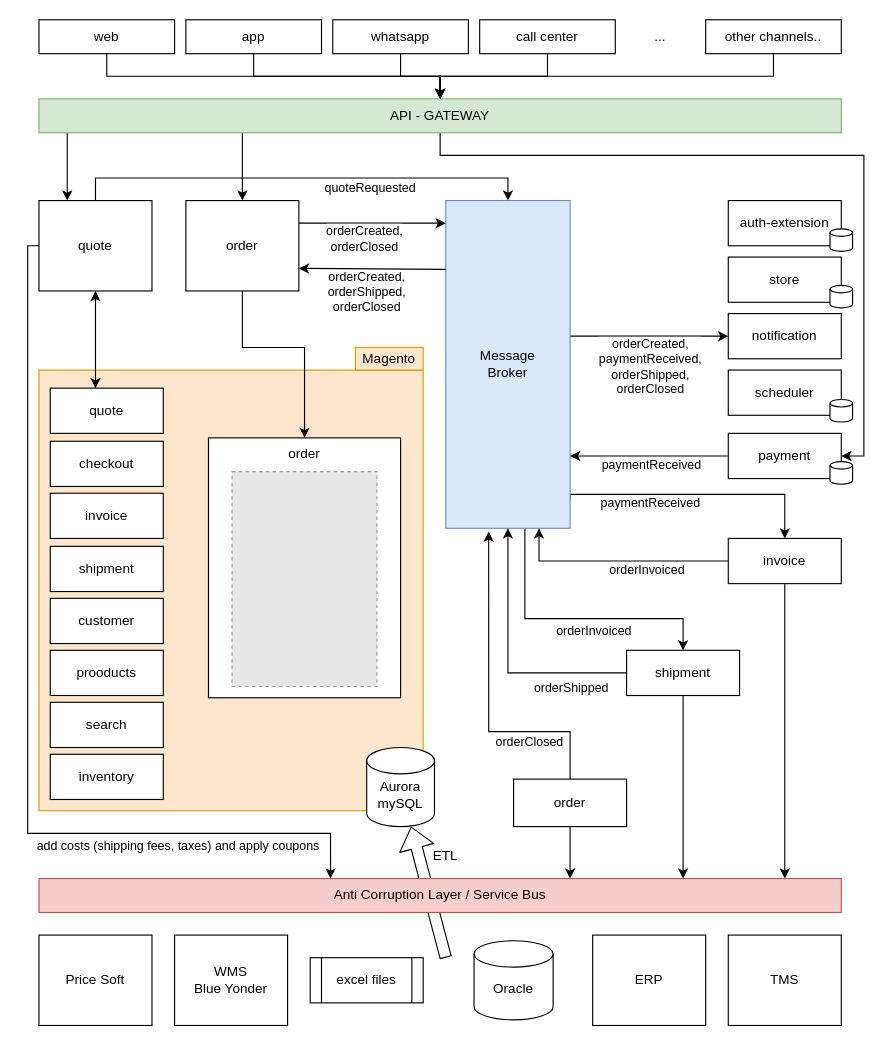
The draw.io diagram Untitled Diagram.drawio in wanderleisouza/HtmlCSS, before the edit. Source tidied: cells renumbered, new cells numbered last; positions are measured from the earlier drawing's top-left corner, leaving out a move shared by most shapes. Both pictures are drawn from the tidied source at 113%, with x=0, y=0 at pixel (27, 19). Pictures stored in the file or linked from it are replaced by grey dashed boxes.
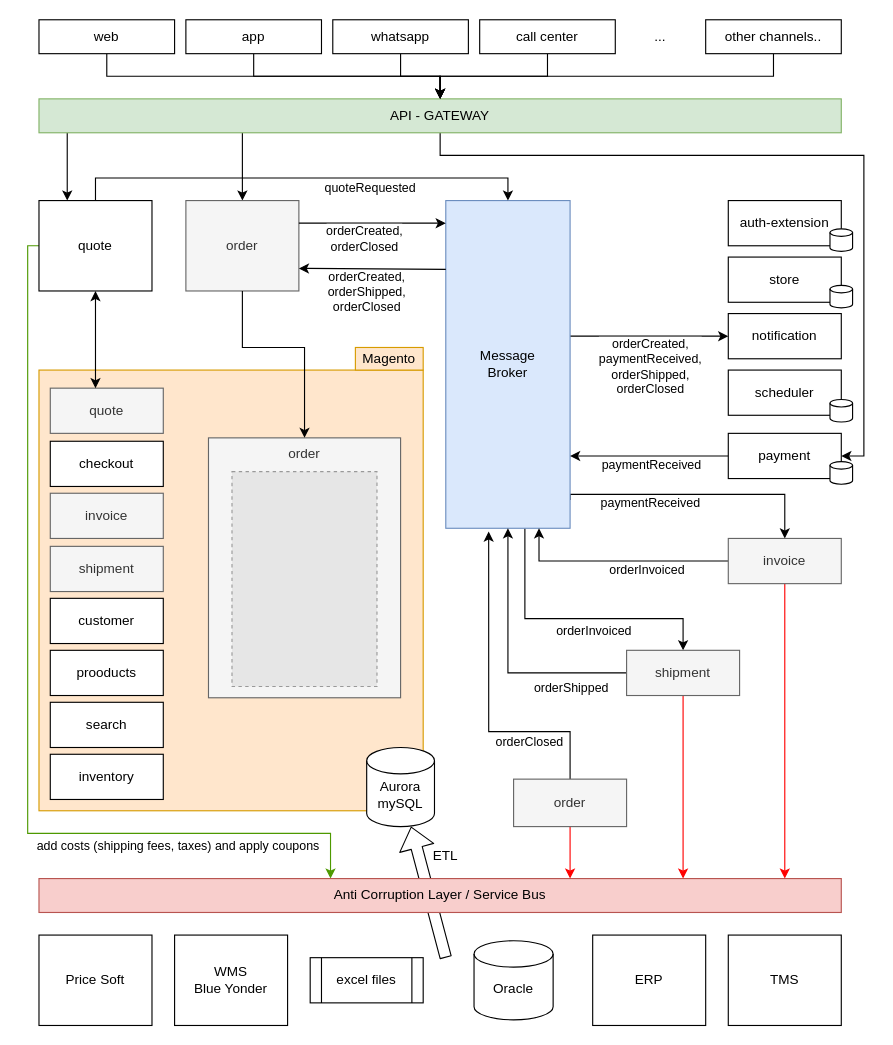
The same page after the edit.

Unchanged cells that the change refers to:
```xml
<mxCell id="50" value="quote" style="rounded=0;whiteSpace=wrap;html=1;strokeWidth=1;" parent="1" vertex="1">
  <mxGeometry x="10" y="160" width="100" height="80" as="geometry" />
</mxCell>
<mxCell id="51" value="Anti Corruption Layer / Service Bus" style="rounded=0;whiteSpace=wrap;html=1;fillColor=#f8cecc;strokeColor=#b85450;" parent="1" vertex="1">
  <mxGeometry x="10" y="760" width="710" height="30" as="geometry" />
</mxCell>
```

Diff of the diagram source:
```diff
@@
-    <mxCell id="20" value="order" style="rounded=0;whiteSpace=wrap;html=1;verticalAlign=top;" parent="1" vertex="1">
+    <mxCell id="20" value="order" style="rounded=0;whiteSpace=wrap;html=1;verticalAlign=top;fillColor=#f5f5f5;strokeColor=#666666;fontColor=#333333;" parent="1" vertex="1">
       <mxGeometry x="160" y="370" width="170" height="230" as="geometry" />
     </mxCell>
@@
-    <mxCell id="24" value="order" style="rounded=0;whiteSpace=wrap;html=1;" parent="1" vertex="1">
+    <mxCell id="24" value="order" style="rounded=0;whiteSpace=wrap;html=1;fillColor=#f5f5f5;strokeColor=#666666;fontColor=#333333;" parent="1" vertex="1">
       <mxGeometry x="140" y="160" width="100" height="80" as="geometry" />
     </mxCell>
@@
-    <mxCell id="45" value="quote" style="rounded=0;whiteSpace=wrap;html=1;" parent="1" vertex="1">
+    <mxCell id="45" value="quote" style="rounded=0;whiteSpace=wrap;html=1;fillColor=#f5f5f5;strokeColor=#666666;fontColor=#333333;" parent="1" vertex="1">
       <mxGeometry x="20" y="326" width="100" height="40" as="geometry" />
     </mxCell>
@@
-    <mxCell id="48" style="edgeStyle=orthogonalEdgeStyle;rounded=0;jettySize=auto;html=1;" parent="1" edge="1" source="50" target="51">
+    <mxCell id="48" style="edgeStyle=orthogonalEdgeStyle;rounded=0;jettySize=auto;html=1;strokeColor=#4D9900;" parent="1" edge="1" source="50" target="51">
       <mxGeometry relative="1" as="geometry">
         <Array as="points">
           <mxPoint y="200" />
           <mxPoint y="720" />
           <mxPoint x="268" y="720" />
         </Array>
       </mxGeometry>
     </mxCell>
@@
-    <mxCell id="61" value="invoice" style="rounded=0;whiteSpace=wrap;html=1;" parent="1" vertex="1">
+    <mxCell id="61" value="invoice" style="rounded=0;whiteSpace=wrap;html=1;fillColor=#f5f5f5;strokeColor=#666666;fontColor=#333333;" parent="1" vertex="1">
       <mxGeometry x="20" y="419" width="100" height="40" as="geometry" />
     </mxCell>
-    <mxCell id="62" value="shipment" style="rounded=0;whiteSpace=wrap;html=1;" parent="1" vertex="1">
+    <mxCell id="62" value="shipment" style="rounded=0;whiteSpace=wrap;html=1;fillColor=#f5f5f5;strokeColor=#666666;fontColor=#333333;" parent="1" vertex="1">
       <mxGeometry x="20" y="466" width="100" height="40" as="geometry" />
     </mxCell>
@@
-    <mxCell id="65" style="edgeStyle=orthogonalEdgeStyle;rounded=0;jettySize=auto;html=1;" parent="1" edge="1" source="68" target="51">
+    <mxCell id="65" style="edgeStyle=orthogonalEdgeStyle;rounded=0;jettySize=auto;html=1;strokeColor=#FF0000;" parent="1" edge="1" source="68" target="51">
       <mxGeometry relative="1" as="geometry">
         <Array as="points">
           <mxPoint x="670" y="730" />
           <mxPoint x="670" y="730" />
         </Array>
       </mxGeometry>
     </mxCell>
@@
-    <mxCell id="68" value="invoice" style="rounded=0;whiteSpace=wrap;html=1;" parent="1" vertex="1">
+    <mxCell id="68" value="invoice" style="rounded=0;whiteSpace=wrap;html=1;fillColor=#f5f5f5;strokeColor=#666666;fontColor=#333333;" parent="1" vertex="1">
       <mxGeometry x="620" y="459" width="100" height="40" as="geometry" />
     </mxCell>
-    <mxCell id="69" style="edgeStyle=orthogonalEdgeStyle;rounded=0;jettySize=auto;html=1;" parent="1" edge="1" source="72" target="51">
+    <mxCell id="69" style="edgeStyle=orthogonalEdgeStyle;rounded=0;jettySize=auto;html=1;strokeColor=#FF0000;" parent="1" edge="1" source="72" target="51">
       <mxGeometry relative="1" as="geometry">
         <Array as="points">
           <mxPoint x="580" y="720" />
           <mxPoint x="580" y="720" />
         </Array>
       </mxGeometry>
     </mxCell>
@@
-    <mxCell id="72" value="shipment" style="rounded=0;whiteSpace=wrap;html=1;" parent="1" vertex="1">
+    <mxCell id="72" value="shipment" style="rounded=0;whiteSpace=wrap;html=1;fillColor=#f5f5f5;strokeColor=#666666;fontColor=#333333;" parent="1" vertex="1">
       <mxGeometry x="530" y="558" width="100" height="40" as="geometry" />
     </mxCell>
@@
-    <mxCell id="81" style="edgeStyle=orthogonalEdgeStyle;rounded=0;jettySize=auto;html=1;" parent="1" edge="1" source="82" target="51">
+    <mxCell id="81" style="edgeStyle=orthogonalEdgeStyle;rounded=0;jettySize=auto;html=1;strokeColor=#FF0000;" parent="1" edge="1" source="82" target="51">
       <mxGeometry relative="1" as="geometry">
         <Array as="points">
           <mxPoint x="480" y="750" />
           <mxPoint x="480" y="750" />
         </Array>
       </mxGeometry>
     </mxCell>
-    <mxCell id="82" value="order" style="rounded=0;whiteSpace=wrap;html=1;" parent="1" vertex="1">
+    <mxCell id="82" value="order" style="rounded=0;whiteSpace=wrap;html=1;fillColor=#f5f5f5;strokeColor=#666666;fontColor=#333333;" parent="1" vertex="1">
       <mxGeometry x="430" y="672" width="100" height="42" as="geometry" />
     </mxCell>
```
